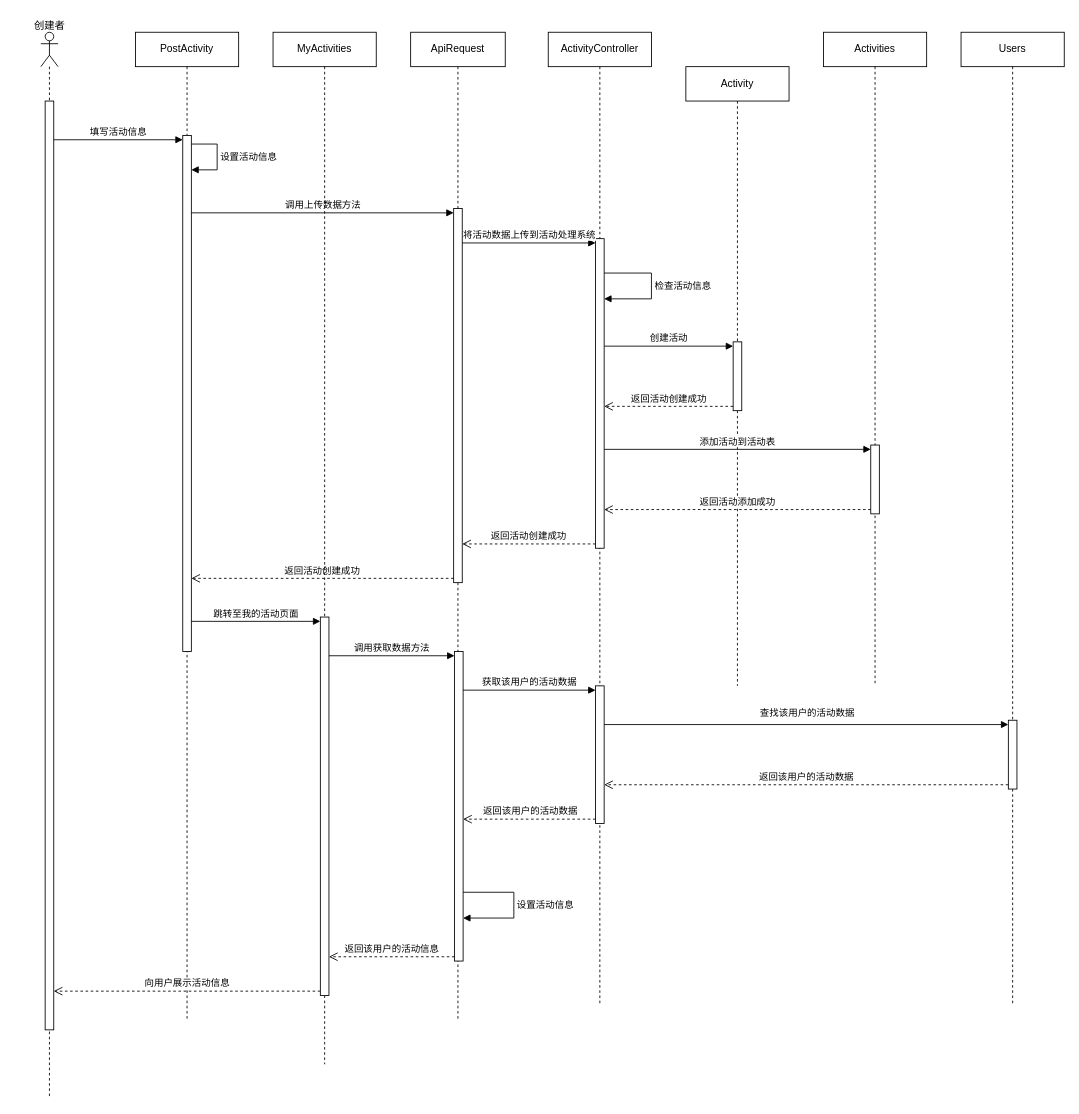
Before: docs/create_UML_sequence.drawio in Yishanka/Soda, a draw.io diagram. Source tidied: cells renumbered, new cells numbered last; positions are measured from the earlier drawing's top-left corner, leaving out a move shared by most shapes. Both pictures are drawn from the tidied source at 86%, with x=0, y=0 at pixel (15, 15).
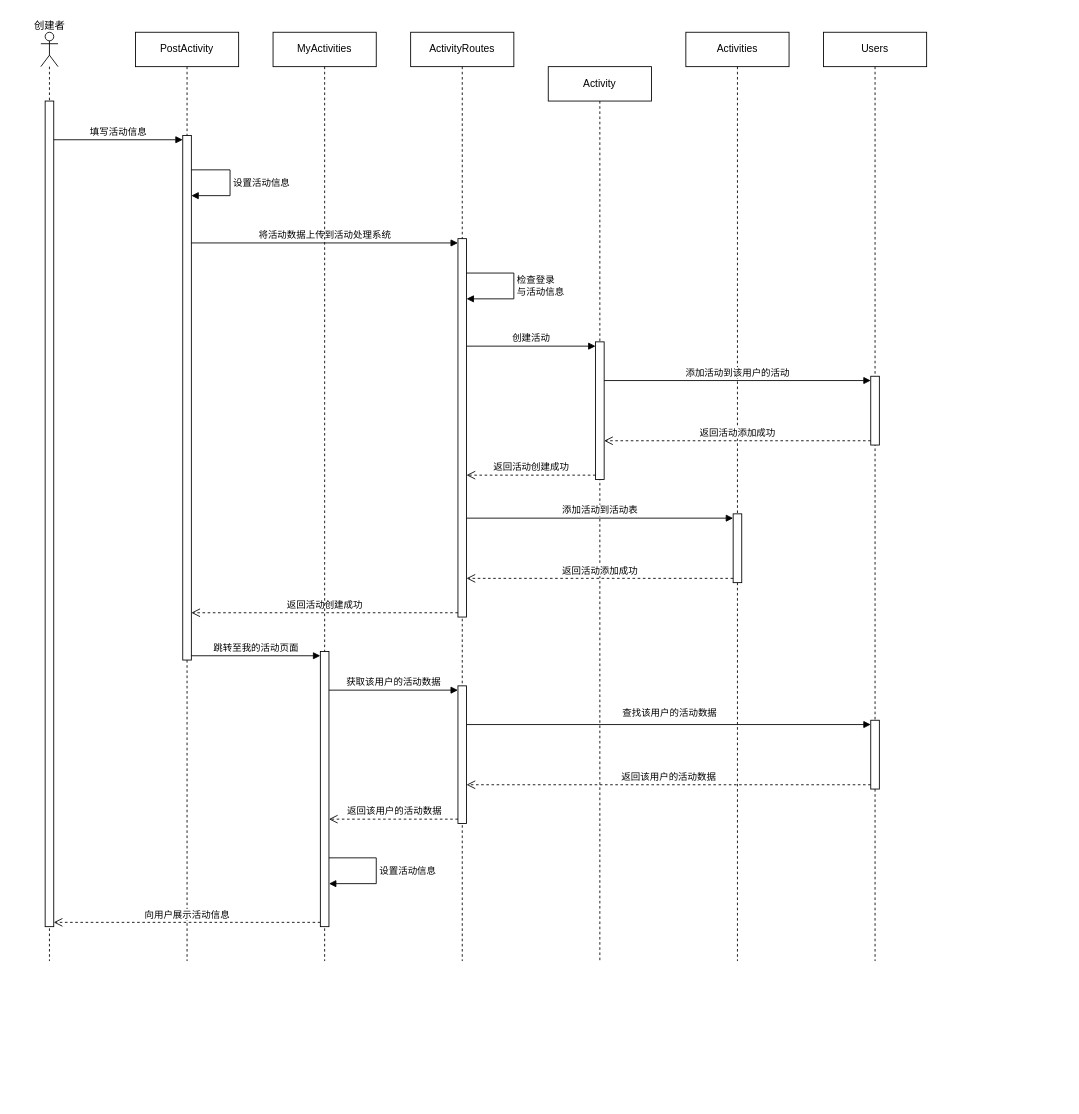
The same page after the edit.

The change refers to these unchanged cells:
```xml
<mxCell id="15" style="html=1;points=[[0,0,0,0,5],[0,1,0,0,-5],[1,0,0,0,5],[1,1,0,0,-5]];perimeter=orthogonalPerimeter;outlineConnect=0;targetShapes=umlLifeline;portConstraint=eastwest;newEdgeStyle={&quot;curved&quot;:0,&quot;rounded&quot;:0};" parent="12" vertex="1">
  <mxGeometry x="55" y="760" width="10" height="160" as="geometry" />
</mxCell>
```

Diff of the diagram source:
```diff
@@
     <mxCell id="2" style="shape=umlLifeline;perimeter=lifelinePerimeter;whiteSpace=wrap;html=1;newEdgeStyle={&quot;curved&quot;:0,&quot;rounded&quot;:0};participant=umlActor;" parent="1" vertex="1">
-      <mxGeometry x="30" y="20" width="20" height="1240" as="geometry" />
+      <mxGeometry x="30" y="20" width="20" height="1080" as="geometry" />
     </mxCell>
     <mxCell id="3" style="html=1;points=[[0,0,0,0,5],[0,1,0,0,-5],[1,0,0,0,5],[1,1,0,0,-5]];perimeter=orthogonalPerimeter;outlineConnect=0;targetShapes=umlLifeline;portConstraint=eastwest;newEdgeStyle={&quot;curved&quot;:0,&quot;rounded&quot;:0};" parent="2" vertex="1">
-      <mxGeometry x="5" y="80" width="10" height="1080" as="geometry" />
+      <mxGeometry x="5" y="80" width="10" height="960" as="geometry" />
     </mxCell>
@@
     <mxCell id="5" value="PostActivity" style="shape=umlLifeline;perimeter=lifelinePerimeter;whiteSpace=wrap;html=1;newEdgeStyle={&quot;curved&quot;:0,&quot;rounded&quot;:0};" parent="1" vertex="1">
-      <mxGeometry x="140" y="20" width="120" height="1150" as="geometry" />
+      <mxGeometry x="140" y="20" width="120" height="1080" as="geometry" />
     </mxCell>
     <mxCell id="6" style="html=1;points=[[0,0,0,0,5],[0,1,0,0,-5],[1,0,0,0,5],[1,1,0,0,-5]];perimeter=orthogonalPerimeter;outlineConnect=0;targetShapes=umlLifeline;portConstraint=eastwest;newEdgeStyle={&quot;curved&quot;:0,&quot;rounded&quot;:0};" parent="5" vertex="1">
-      <mxGeometry x="55" y="120" width="10" height="600" as="geometry" />
+      <mxGeometry x="55" y="120" width="10" height="610" as="geometry" />
     </mxCell>
-    <mxCell id="7" value="设置活动信息" style="html=1;align=left;spacingLeft=2;endArrow=block;rounded=0;edgeStyle=orthogonalEdgeStyle;curved=0;rounded=0;" parent="5" edge="1">
+    <mxCell id="7" value="设置活动信息" style="html=1;align=left;spacingLeft=2;endArrow=block;rounded=0;edgeStyle=orthogonalEdgeStyle;curved=0;rounded=0;" parent="5" edge="1" source="6" target="6">
       <mxGeometry relative="1" as="geometry">
-        <mxPoint x="65" y="130" as="sourcePoint" />
-        <mxPoint x="65" y="160" as="targetPoint" />
         <Array as="points">
-          <mxPoint x="95" y="130" />
-          <mxPoint x="95" y="160" />
+          <mxPoint x="110" y="160" />
+          <mxPoint x="110" y="190" />
         </Array>
       </mxGeometry>
     </mxCell>
-    <mxCell id="8" value="ApiRequest" style="shape=umlLifeline;perimeter=lifelinePerimeter;whiteSpace=wrap;html=1;newEdgeStyle={&quot;curved&quot;:0,&quot;rounded&quot;:0};" parent="1" vertex="1">
-      <mxGeometry x="460" y="20" width="110" height="1150" as="geometry" />
-    </mxCell>
-    <mxCell id="9" style="html=1;points=[[0,0,0,0,5],[0,1,0,0,-5],[1,0,0,0,5],[1,1,0,0,-5]];perimeter=orthogonalPerimeter;outlineConnect=0;targetShapes=umlLifeline;portConstraint=eastwest;newEdgeStyle={&quot;curved&quot;:0,&quot;rounded&quot;:0};" parent="8" vertex="1">
-      <mxGeometry x="50" y="205" width="10" height="435" as="geometry" />
-    </mxCell>
-    <mxCell id="10" style="html=1;points=[[0,0,0,0,5],[0,1,0,0,-5],[1,0,0,0,5],[1,1,0,0,-5]];perimeter=orthogonalPerimeter;outlineConnect=0;targetShapes=umlLifeline;portConstraint=eastwest;newEdgeStyle={&quot;curved&quot;:0,&quot;rounded&quot;:0};" parent="8" vertex="1">
-      <mxGeometry x="51" y="720" width="10" height="360" as="geometry" />
-    </mxCell>
-    <mxCell id="11" value="设置活动信息" style="html=1;align=left;spacingLeft=2;endArrow=block;rounded=0;edgeStyle=orthogonalEdgeStyle;curved=0;rounded=0;" parent="8" edge="1" source="10" target="10">
-      <mxGeometry relative="1" as="geometry">
-        <Array as="points">
-          <mxPoint x="120" y="1000" />
-          <mxPoint x="120" y="1030" />
-        </Array>
-      </mxGeometry>
-    </mxCell>
-    <mxCell id="12" value="ActivityController" style="shape=umlLifeline;perimeter=lifelinePerimeter;whiteSpace=wrap;html=1;newEdgeStyle={&quot;curved&quot;:0,&quot;rounded&quot;:0};" parent="1" vertex="1">
-      <mxGeometry x="620" y="20" width="120" height="1130" as="geometry" />
+    <mxCell id="12" value="ActivityRoutes" style="shape=umlLifeline;perimeter=lifelinePerimeter;whiteSpace=wrap;html=1;newEdgeStyle={&quot;curved&quot;:0,&quot;rounded&quot;:0};" parent="1" vertex="1">
+      <mxGeometry x="460" y="20" width="120" height="1080" as="geometry" />
     </mxCell>
     <mxCell id="13" style="html=1;points=[[0,0,0,0,5],[0,1,0,0,-5],[1,0,0,0,5],[1,1,0,0,-5]];perimeter=orthogonalPerimeter;outlineConnect=0;targetShapes=umlLifeline;portConstraint=eastwest;newEdgeStyle={&quot;curved&quot;:0,&quot;rounded&quot;:0};" parent="12" vertex="1">
-      <mxGeometry x="55" y="240" width="10" height="360" as="geometry" />
+      <mxGeometry x="55" y="240" width="10" height="440" as="geometry" />
     </mxCell>
-    <mxCell id="14" value="检查活动信息" style="html=1;align=left;spacingLeft=2;endArrow=block;rounded=0;edgeStyle=orthogonalEdgeStyle;curved=0;rounded=0;" parent="12" edge="1" target="13">
+    <mxCell id="14" value="检查登录&lt;div&gt;与活动信息&lt;/div&gt;" style="html=1;align=left;spacingLeft=2;endArrow=block;rounded=0;edgeStyle=orthogonalEdgeStyle;curved=0;rounded=0;" parent="12" edge="1" source="13" target="13">
       <mxGeometry relative="1" as="geometry">
-        <mxPoint x="65" y="280" as="sourcePoint" />
         <Array as="points">
           <mxPoint x="120" y="280" />
           <mxPoint x="120" y="310" />
         </Array>
       </mxGeometry>
     </mxCell>
@@
     <mxCell id="16" value="Activity" style="shape=umlLifeline;perimeter=lifelinePerimeter;whiteSpace=wrap;html=1;newEdgeStyle={&quot;curved&quot;:0,&quot;rounded&quot;:0};" parent="1" vertex="1">
-      <mxGeometry x="780" y="60" width="120" height="720" as="geometry" />
+      <mxGeometry x="620" y="60" width="120" height="1040" as="geometry" />
     </mxCell>
     <mxCell id="17" style="html=1;points=[[0,0,0,0,5],[0,1,0,0,-5],[1,0,0,0,5],[1,1,0,0,-5]];perimeter=orthogonalPerimeter;outlineConnect=0;targetShapes=umlLifeline;portConstraint=eastwest;newEdgeStyle={&quot;curved&quot;:0,&quot;rounded&quot;:0};" parent="16" vertex="1">
-      <mxGeometry x="55" y="320" width="10" height="80" as="geometry" />
+      <mxGeometry x="55" y="320" width="10" height="160" as="geometry" />
     </mxCell>
     <mxCell id="18" value="Activities" style="shape=umlLifeline;perimeter=lifelinePerimeter;whiteSpace=wrap;html=1;newEdgeStyle={&quot;curved&quot;:0,&quot;rounded&quot;:0};" parent="1" vertex="1">
-      <mxGeometry x="940" y="20" width="120" height="760" as="geometry" />
+      <mxGeometry x="780" y="20" width="120" height="1080" as="geometry" />
     </mxCell>
     <mxCell id="19" style="html=1;points=[[0,0,0,0,5],[0,1,0,0,-5],[1,0,0,0,5],[1,1,0,0,-5]];perimeter=orthogonalPerimeter;outlineConnect=0;targetShapes=umlLifeline;portConstraint=eastwest;newEdgeStyle={&quot;curved&quot;:0,&quot;rounded&quot;:0};" parent="18" vertex="1">
-      <mxGeometry x="55" y="480" width="10" height="80" as="geometry" />
+      <mxGeometry x="55" y="560" width="10" height="80" as="geometry" />
     </mxCell>
@@
-    <mxCell id="21" value="调用上传数据方法" style="html=1;verticalAlign=bottom;endArrow=block;curved=0;rounded=0;entryX=0;entryY=0;entryDx=0;entryDy=5;" parent="1" edge="1" source="6" target="9">
-      <mxGeometry relative="1" as="geometry" />
-    </mxCell>
-    <mxCell id="22" value="返回活动创建成功" style="html=1;verticalAlign=bottom;endArrow=open;dashed=1;endSize=8;curved=0;rounded=0;exitX=0;exitY=1;exitDx=0;exitDy=-5;" parent="1" edge="1" source="9" target="6">
-      <mxGeometry relative="1" as="geometry" />
-    </mxCell>
-    <mxCell id="23" value="将活动数据上传到活动处理系统" style="html=1;verticalAlign=bottom;endArrow=block;curved=0;rounded=0;entryX=0;entryY=0;entryDx=0;entryDy=5;" parent="1" edge="1" source="9" target="13">
+    <mxCell id="23" value="将活动数据上传到活动处理系统" style="html=1;verticalAlign=bottom;endArrow=block;curved=0;rounded=0;entryX=0;entryY=0;entryDx=0;entryDy=5;" parent="1" edge="1" source="6" target="13">
       <mxGeometry relative="1" as="geometry" />
     </mxCell>
-    <mxCell id="24" value="返回活动创建成功" style="html=1;verticalAlign=bottom;endArrow=open;dashed=1;endSize=8;curved=0;rounded=0;exitX=0;exitY=1;exitDx=0;exitDy=-5;" parent="1" edge="1" source="13" target="9">
+    <mxCell id="24" value="返回活动创建成功" style="html=1;verticalAlign=bottom;endArrow=open;dashed=1;endSize=8;curved=0;rounded=0;exitX=0;exitY=1;exitDx=0;exitDy=-5;" parent="1" edge="1" source="13" target="6">
       <mxGeometry relative="1" as="geometry" />
     </mxCell>
@@
     <mxCell id="31" value="MyActivities" style="shape=umlLifeline;perimeter=lifelinePerimeter;whiteSpace=wrap;html=1;newEdgeStyle={&quot;curved&quot;:0,&quot;rounded&quot;:0};" parent="1" vertex="1">
-      <mxGeometry x="300" y="20" width="120" height="1200" as="geometry" />
+      <mxGeometry x="300" y="20" width="120" height="1080" as="geometry" />
     </mxCell>
     <mxCell id="32" style="html=1;points=[[0,0,0,0,5],[0,1,0,0,-5],[1,0,0,0,5],[1,1,0,0,-5]];perimeter=orthogonalPerimeter;outlineConnect=0;targetShapes=umlLifeline;portConstraint=eastwest;newEdgeStyle={&quot;curved&quot;:0,&quot;rounded&quot;:0};" parent="31" vertex="1">
-      <mxGeometry x="55" y="680" width="10" height="440" as="geometry" />
+      <mxGeometry x="55" y="720" width="10" height="320" as="geometry" />
     </mxCell>
-    <mxCell id="33" value="调用获取数据方法" style="html=1;verticalAlign=bottom;endArrow=block;curved=0;rounded=0;entryX=0;entryY=0;entryDx=0;entryDy=5;" parent="1" edge="1" source="32" target="10">
-      <mxGeometry relative="1" as="geometry" />
-    </mxCell>
+    <mxCell id="11" value="设置活动信息" style="html=1;align=left;spacingLeft=2;endArrow=block;rounded=0;edgeStyle=orthogonalEdgeStyle;curved=0;rounded=0;" parent="31" edge="1" source="32" target="32">
+      <mxGeometry relative="1" as="geometry">
+        <Array as="points">
+          <mxPoint x="120" y="960" />
+          <mxPoint x="120" y="990" />
+        </Array>
+      </mxGeometry>
+    </mxCell>
     <mxCell id="34" value="Users" style="shape=umlLifeline;perimeter=lifelinePerimeter;whiteSpace=wrap;html=1;newEdgeStyle={&quot;curved&quot;:0,&quot;rounded&quot;:0};" parent="1" vertex="1">
-      <mxGeometry x="1100" y="20" width="120" height="1130" as="geometry" />
+      <mxGeometry x="940" y="20" width="120" height="1080" as="geometry" />
     </mxCell>
@@
+    <mxCell id="42" style="html=1;points=[[0,0,0,0,5],[0,1,0,0,-5],[1,0,0,0,5],[1,1,0,0,-5]];perimeter=orthogonalPerimeter;outlineConnect=0;targetShapes=umlLifeline;portConstraint=eastwest;newEdgeStyle={&quot;curved&quot;:0,&quot;rounded&quot;:0};" parent="34" vertex="1">
+      <mxGeometry x="55" y="400" width="10" height="80" as="geometry" />
+    </mxCell>
-    <mxCell id="36" value="获取该用户的活动数据" style="html=1;verticalAlign=bottom;endArrow=block;curved=0;rounded=0;entryX=0;entryY=0;entryDx=0;entryDy=5;" parent="1" edge="1" source="10" target="15">
+    <mxCell id="36" value="获取该用户的活动数据" style="html=1;verticalAlign=bottom;endArrow=block;curved=0;rounded=0;entryX=0;entryY=0;entryDx=0;entryDy=5;" parent="1" edge="1" source="32" target="15">
       <mxGeometry relative="1" as="geometry" />
     </mxCell>
@@
-    <mxCell id="40" value="返回该用户的活动数据" style="html=1;verticalAlign=bottom;endArrow=open;dashed=1;endSize=8;curved=0;rounded=0;exitX=0;exitY=1;exitDx=0;exitDy=-5;" parent="1" edge="1" source="15" target="10">
+    <mxCell id="40" value="返回该用户的活动数据" style="html=1;verticalAlign=bottom;endArrow=open;dashed=1;endSize=8;curved=0;rounded=0;exitX=0;exitY=1;exitDx=0;exitDy=-5;" parent="1" edge="1" source="15" target="32">
       <mxGeometry x="-0.03" relative="1" as="geometry">
         <mxPoint x="-1" as="offset" />
       </mxGeometry>
     </mxCell>
-    <mxCell id="41" value="返回该用户的活动信息" style="html=1;verticalAlign=bottom;endArrow=open;dashed=1;endSize=8;curved=0;rounded=0;exitX=0;exitY=1;exitDx=0;exitDy=-5;" parent="1" edge="1" source="10" target="32">
-      <mxGeometry relative="1" as="geometry" />
-    </mxCell>
+    <mxCell id="43" value="添加活动到该用户的活动" style="html=1;verticalAlign=bottom;endArrow=block;curved=0;rounded=0;entryX=0;entryY=0;entryDx=0;entryDy=5;" parent="1" edge="1" source="17" target="42">
+      <mxGeometry relative="1" as="geometry" />
+    </mxCell>
+    <mxCell id="44" value="返回活动添加成功" style="html=1;verticalAlign=bottom;endArrow=open;dashed=1;endSize=8;curved=0;rounded=0;exitX=0;exitY=1;exitDx=0;exitDy=-5;" parent="1" edge="1" source="42" target="17">
+      <mxGeometry relative="1" as="geometry" />
+    </mxCell>
```
